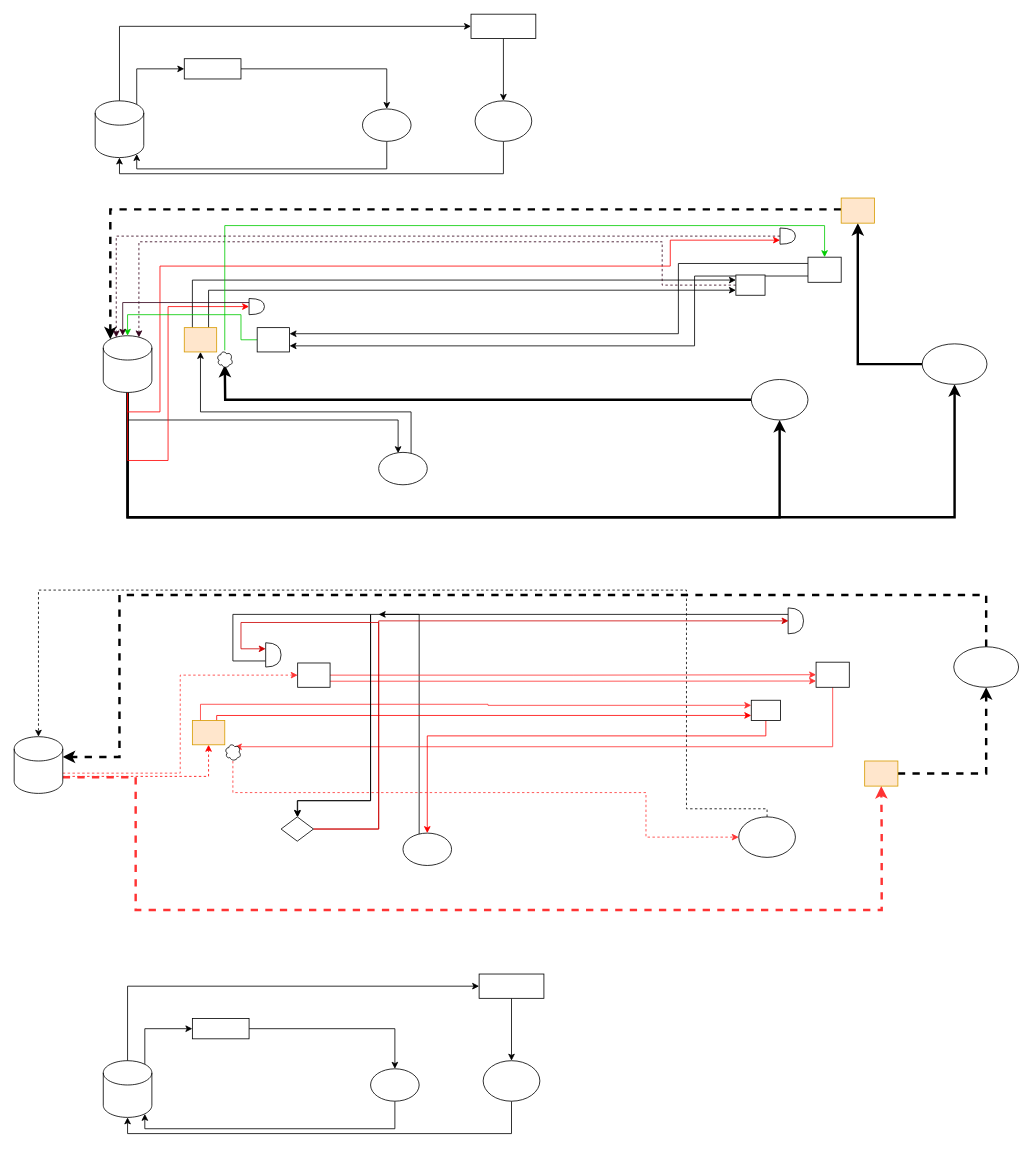
Above: Untitled Diagram.drawio in clearriver/draw (draw.io), before the change. Source tidied: cells renumbered, new cells numbered last; positions are measured from the earlier drawing's top-left corner, leaving out a move shared by most shapes. Both pictures are drawn from the tidied source at 81%, with x=0, y=0 at pixel (14, 14).
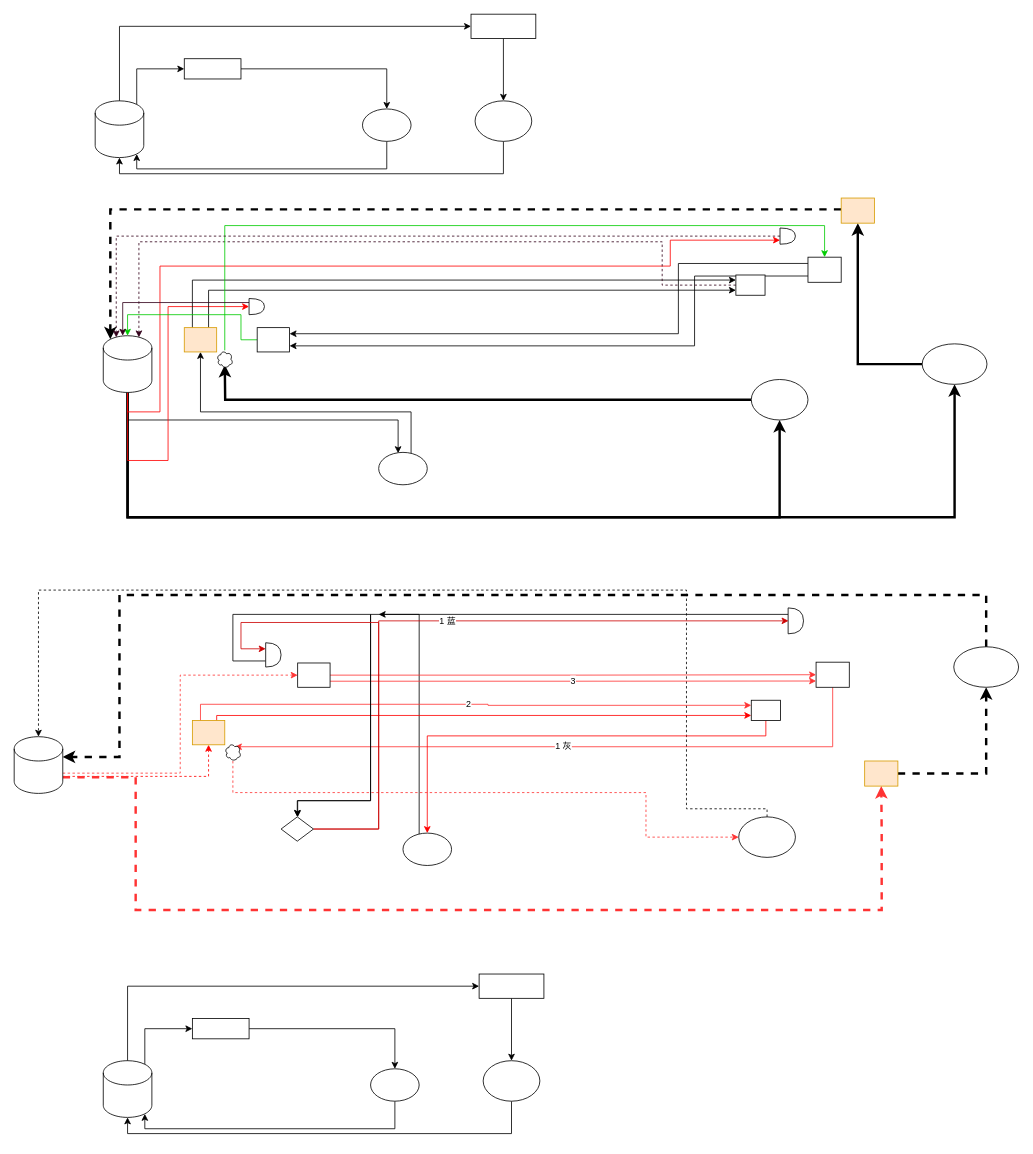
The same page after the edit.

The change refers to these unchanged cells:
```xml
<mxCell id="53" style="rounded=0;whiteSpace=wrap;html=1;fillColor=#ffe6cc;strokeColor=#d79b00;" parent="1" vertex="1">
  <mxGeometry x="220" y="872" width="40" height="30" as="geometry" />
</mxCell>
<mxCell id="55" style="rounded=0;whiteSpace=wrap;html=1;" parent="1" vertex="1">
  <mxGeometry x="990" y="800" width="41" height="31" as="geometry" />
</mxCell>
<mxCell id="61" style="rounded=0;whiteSpace=wrap;html=1;" parent="1" vertex="1">
  <mxGeometry x="910" y="847" width="36" height="25" as="geometry" />
</mxCell>
<mxCell id="64" style="rounded=0;whiteSpace=wrap;html=1;" parent="1" vertex="1">
  <mxGeometry x="350" y="801" width="40" height="30" as="geometry" />
</mxCell>
<mxCell id="66" style="ellipse;shape=cloud;whiteSpace=wrap;html=1;" parent="1" vertex="1">
  <mxGeometry x="260" y="900" width="20" height="22" as="geometry" />
</mxCell>
<mxCell id="68" style="shape=or;whiteSpace=wrap;html=1;" parent="1" vertex="1">
  <mxGeometry x="955.5" y="733" width="19" height="32" as="geometry" />
</mxCell>
<mxCell id="84" style="shape=hexagon;perimeter=hexagonPerimeter2;whiteSpace=wrap;html=1;fixedSize=1;" parent="1" vertex="1">
  <mxGeometry x="329.5" y="991" width="40" height="30" as="geometry" />
</mxCell>
```

Diff of the diagram source:
```diff
@@
-    <mxCell id="52" style="edgeStyle=orthogonalEdgeStyle;rounded=0;jettySize=auto;html=1;exitX=0.25;exitY=0;exitDx=0;exitDy=0;entryX=0;entryY=0.25;entryDx=0;entryDy=0;strokeColor=#FF3333;" parent="1" edge="1" source="53" target="61">
+    <mxCell id="52" value="2" style="edgeStyle=orthogonalEdgeStyle;rounded=0;jettySize=auto;html=1;exitX=0.25;exitY=0;exitDx=0;exitDy=0;entryX=0;entryY=0.25;entryDx=0;entryDy=0;strokeColor=#FF3333;" parent="1" edge="1" source="53" target="61">
       <mxGeometry relative="1" as="geometry" />
     </mxCell>
@@
-    <mxCell id="54" style="edgeStyle=orthogonalEdgeStyle;rounded=0;jettySize=auto;html=1;entryX=0.625;entryY=0.2;entryDx=0;entryDy=0;entryPerimeter=0;strokeColor=#FF3333;strokeWidth=1;" parent="1" edge="1" source="55" target="66">
+    <mxCell id="54" value="1 灰" style="edgeStyle=orthogonalEdgeStyle;rounded=0;jettySize=auto;html=1;entryX=0.625;entryY=0.2;entryDx=0;entryDy=0;entryPerimeter=0;strokeColor=#FF3333;strokeWidth=1;" parent="1" edge="1" source="55" target="66">
       <mxGeometry relative="1" as="geometry">
         <Array as="points">
           <mxPoint x="1011" y="904" />
         </Array>
       </mxGeometry>
     </mxCell>
@@
-    <mxCell id="63" style="edgeStyle=orthogonalEdgeStyle;rounded=0;jettySize=auto;html=1;exitX=1;exitY=0.75;exitDx=0;exitDy=0;entryX=0;entryY=0.75;entryDx=0;entryDy=0;strokeColor=#FF3333;strokeWidth=1;" parent="1" edge="1" source="64" target="55">
+    <mxCell id="63" value="3" style="edgeStyle=orthogonalEdgeStyle;rounded=0;jettySize=auto;html=1;exitX=1;exitY=0.75;exitDx=0;exitDy=0;entryX=0;entryY=0.75;entryDx=0;entryDy=0;strokeColor=#FF3333;strokeWidth=1;" parent="1" edge="1" source="64" target="55">
       <mxGeometry relative="1" as="geometry" />
     </mxCell>
@@
-    <mxCell id="67" style="edgeStyle=orthogonalEdgeStyle;rounded=0;jettySize=auto;html=1;exitX=0;exitY=0.25;exitDx=0;exitDy=0;exitPerimeter=0;entryX=0.5;entryY=0;entryDx=0;entryDy=0;strokeColor=#000000;strokeWidth=1;" parent="1" edge="1" source="68" target="84">
+    <mxCell id="67" value="&lt;br&gt;" style="edgeStyle=orthogonalEdgeStyle;rounded=0;jettySize=auto;html=1;exitX=0;exitY=0.25;exitDx=0;exitDy=0;exitPerimeter=0;entryX=0.5;entryY=0;entryDx=0;entryDy=0;strokeColor=#000000;strokeWidth=1;" parent="1" edge="1" source="68" target="84">
       <mxGeometry relative="1" as="geometry">
         <Array as="points">
           <mxPoint x="440" y="741" />
           <mxPoint x="440" y="971" />
           <mxPoint x="350" y="971" />
         </Array>
       </mxGeometry>
     </mxCell>
@@
-    <mxCell id="83" style="edgeStyle=orthogonalEdgeStyle;rounded=0;jettySize=auto;html=1;strokeColor=#CC0000;strokeWidth=1;" parent="1" edge="1" source="84">
+    <mxCell id="83" value="1 蓝" style="edgeStyle=orthogonalEdgeStyle;rounded=0;jettySize=auto;html=1;strokeColor=#CC0000;strokeWidth=1;" parent="1" edge="1" source="84">
       <mxGeometry relative="1" as="geometry">
         <mxPoint x="956" y="749" as="targetPoint" />
         <Array as="points">
           <mxPoint x="450" y="1006" />
           <mxPoint x="450" y="749" />
           <mxPoint x="956" y="749" />
         </Array>
       </mxGeometry>
     </mxCell>
```
